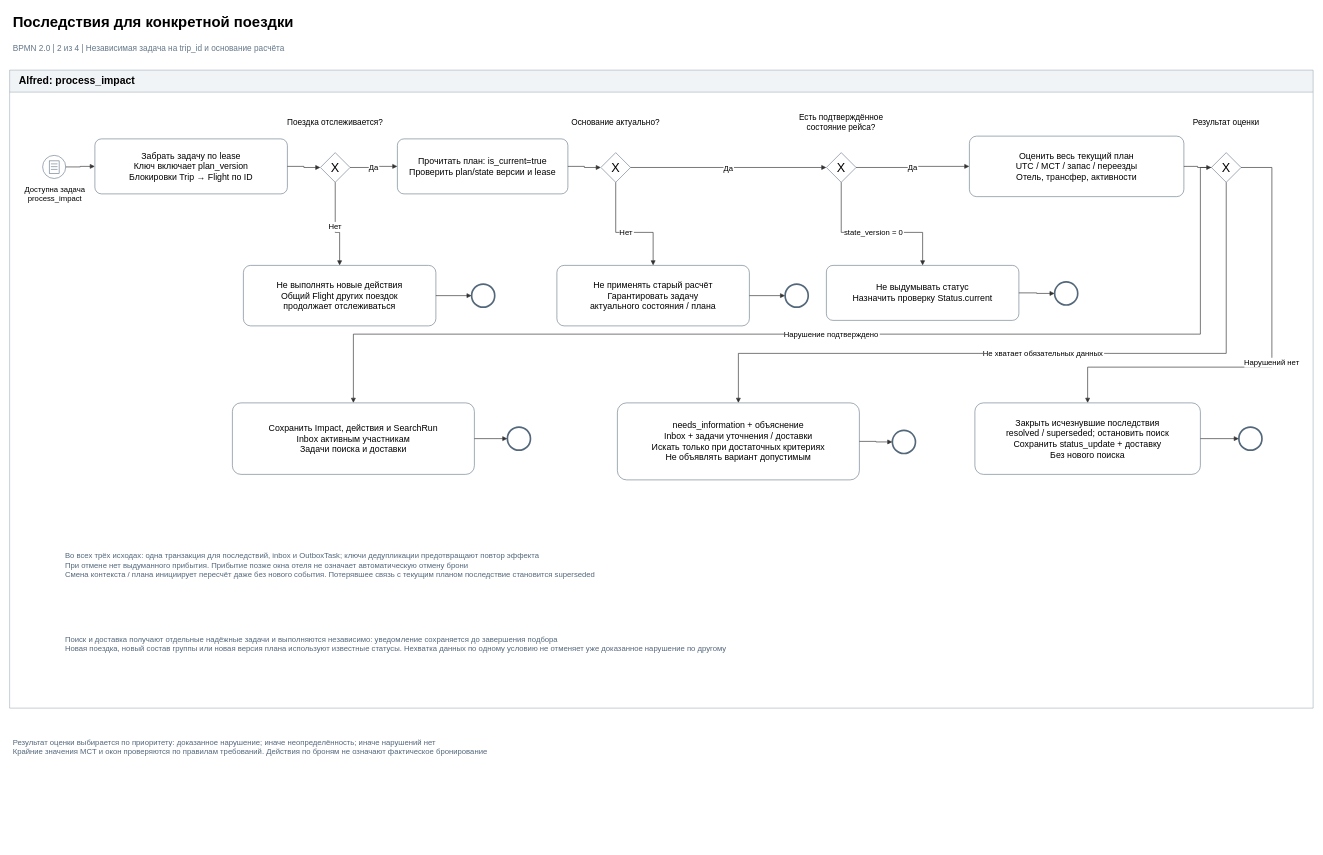
Earlier version of the draw.io diagram page "2. Последствия" (2 of 4) of docs/diagrams/02-status-process.drawio (klarty-n/alfred-travel-system-design). Source tidied: cells renumbered, new cells numbered last; positions are measured from the earlier drawing's top-left corner, leaving out a move shared by most shapes. Both pictures are drawn from the tidied source at 55%, with x=0, y=0 at pixel (9, 9).
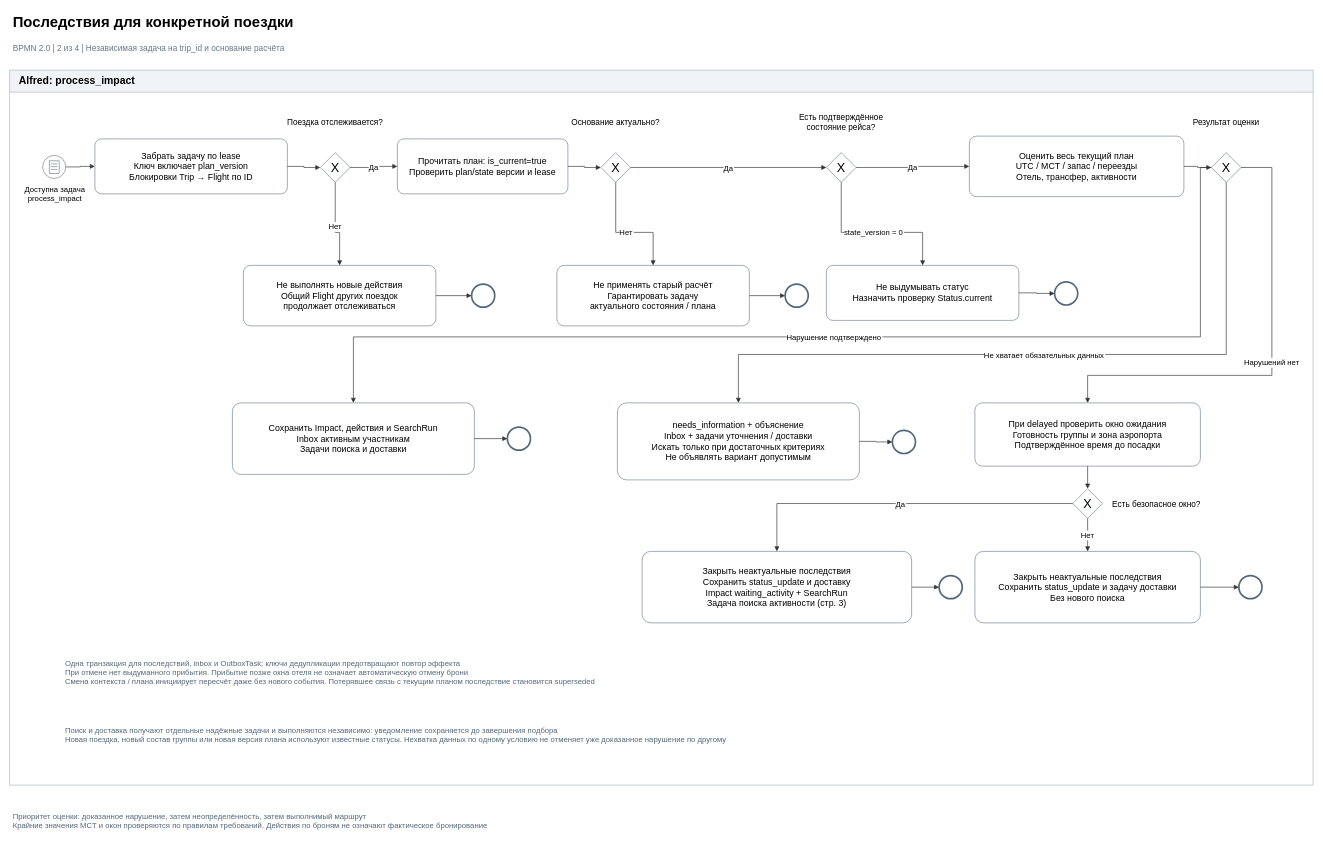
Above is the later version.

Commit message (it also covers changes not shown here):
docs: design activity suggestions during flight delays

The change refers to these unchanged cells:
```xml
<mxCell id="29" value="X" style="rhombus;html=0;whiteSpace=wrap;align=center;verticalAlign=middle;fontFamily=Arial;fontSize=23;fillColor=#ffffff;strokeColor=#53677b;" parent="4" vertex="1">
  <mxGeometry x="2185" y="150" width="54" height="54" as="geometry" />
</mxCell>
<mxCell id="34" value="needs_information + объяснение&#10;Inbox + задачи уточнения / доставки&#10;Искать только при достаточных критериях&#10;Не объявлять вариант допустимым" style="rounded=1;arcSize=12;html=0;whiteSpace=wrap;align=center;verticalAlign=middle;spacing=9;fontFamily=Arial;fontSize=16;fillColor=#ffffff;strokeColor=#53677b;" parent="4" vertex="1">
  <mxGeometry x="1105" y="605" width="440" height="140" as="geometry" />
</mxCell>
<mxCell id="37" value="Сохранить Impact, действия и SearchRun&#10;Inbox активным участникам&#10;Задачи поиска и доставки" style="rounded=1;arcSize=12;html=0;whiteSpace=wrap;align=center;verticalAlign=middle;spacing=9;fontFamily=Arial;fontSize=16;fillColor=#ffffff;strokeColor=#53677b;" parent="4" vertex="1">
  <mxGeometry x="405" y="605" width="440" height="130" as="geometry" />
</mxCell>
```

Diff of the diagram source:
```diff
@@
     <mxCell id="4" value="Alfred: process_impact" style="swimlane;horizontal=1;startSize=40;html=0;whiteSpace=wrap;fontFamily=Arial;fontSize=19;fontStyle=1;align=left;spacingLeft=15;fillColor=#f1f4f7;swimlaneFillColor=#ffffff;strokeColor=#9aa8b5;" parent="1" vertex="1">
-      <mxGeometry y="110" width="2370" height="1160" as="geometry" />
+      <mxGeometry y="110" width="2370" height="1300" as="geometry" />
     </mxCell>
@@
-    <mxCell id="31" value="Закрыть исчезнувшие последствия&#10;resolved / superseded; остановить поиск&#10;Сохранить status_update + доставку&#10;Без нового поиска" style="rounded=1;arcSize=12;html=0;whiteSpace=wrap;align=center;verticalAlign=middle;spacing=9;fontFamily=Arial;fontSize=16;fillColor=#ffffff;strokeColor=#53677b;" parent="4" vertex="1">
-      <mxGeometry x="1755" y="605" width="410" height="130" as="geometry" />
+    <mxCell id="31" value="Закрыть неактуальные последствия&#10;Сохранить status_update и задачу доставки&#10;Без нового поиска" style="rounded=1;arcSize=12;html=0;whiteSpace=wrap;align=center;verticalAlign=middle;spacing=9;fontFamily=Arial;fontSize=16;fillColor=#ffffff;strokeColor=#53677b;" parent="4" vertex="1">
+      <mxGeometry x="1755" y="875" width="410" height="130" as="geometry" />
     </mxCell>
     <mxCell id="32" style="ellipse;html=0;whiteSpace=wrap;fillColor=#ffffff;strokeColor=#53677b;fontFamily=Arial;fontSize=16;strokeWidth=3;" parent="4" vertex="1">
-      <mxGeometry x="2235" y="649" width="42" height="42" as="geometry" />
+      <mxGeometry x="2235" y="919" width="42" height="42" as="geometry" />
     </mxCell>
@@
-    <mxCell id="50" value="Нарушений нет" style="edgeStyle=orthogonalEdgeStyle;rounded=0;html=0;whiteSpace=nowrap;fontSize=12;labelBackgroundColor=#ffffff;jettySize=20;fontFamily=Arial;fontSize=14;strokeWidth=1.2;exitX=1;exitY=0.5;entryX=0.5;entryY=0;endArrow=block;endFill=1;strokeColor=#333333;" parent="1" edge="1" source="29" target="31">
+    <mxCell id="50" value="Нарушений нет" style="edgeStyle=orthogonalEdgeStyle;rounded=0;html=0;whiteSpace=nowrap;fontSize=12;labelBackgroundColor=#ffffff;jettySize=20;fontFamily=Arial;fontSize=14;strokeWidth=1.2;exitX=1;exitY=0.5;entryX=0.5;entryY=0;endArrow=block;endFill=1;strokeColor=#333333;" parent="1" edge="1" source="29" target="56">
       <mxGeometry relative="1" as="geometry">
         <Array as="points">
           <mxPoint x="2295" y="287" />
-          <mxPoint x="2295" y="650" />
-          <mxPoint x="1960" y="650" />
+          <mxPoint x="2295" y="665" />
+          <mxPoint x="1960" y="665" />
         </Array>
       </mxGeometry>
     </mxCell>
     <mxCell id="51" value="Не хватает обязательных данных" style="edgeStyle=orthogonalEdgeStyle;rounded=0;html=0;whiteSpace=nowrap;fontSize=12;labelBackgroundColor=#ffffff;jettySize=20;fontFamily=Arial;fontSize=14;strokeWidth=1.2;exitX=0.5;exitY=1;entryX=0.5;entryY=0;endArrow=block;endFill=1;strokeColor=#333333;" parent="1" edge="1" source="29" target="34">
       <mxGeometry relative="1" as="geometry">
         <Array as="points">
-          <mxPoint x="2212" y="625" />
-          <mxPoint x="1325" y="625" />
+          <mxPoint x="2212" y="627" />
+          <mxPoint x="1325" y="627" />
         </Array>
       </mxGeometry>
     </mxCell>
     <mxCell id="52" value="Нарушение подтверждено" style="edgeStyle=orthogonalEdgeStyle;rounded=0;html=0;whiteSpace=nowrap;fontSize=12;labelBackgroundColor=#ffffff;jettySize=20;fontFamily=Arial;fontSize=14;strokeWidth=1.2;exitX=0;exitY=0.5;entryX=0.5;entryY=0;endArrow=block;endFill=1;strokeColor=#333333;" parent="1" edge="1" source="29" target="37">
       <mxGeometry relative="1" as="geometry">
         <Array as="points">
-          <mxPoint x="2165" y="590" />
-          <mxPoint x="625" y="590" />
+          <mxPoint x="2165" y="595" />
+          <mxPoint x="625" y="595" />
         </Array>
       </mxGeometry>
     </mxCell>
-    <mxCell id="53" value="Во всех трёх исходах: одна транзакция для последствий, inbox и OutboxTask; ключи дедупликации предотвращают повтор эффекта&#10;При отмене нет выдуманного прибытия. Прибытие позже окна отеля не означает автоматическую отмену брони&#10;Смена контекста / плана инициирует пересчёт даже без нового события. Потерявшее связь с текущим планом последствие становится superseded" style="text;html=0;whiteSpace=wrap;align=left;verticalAlign=middle;fontFamily=Arial;fontSize=15;spacing=6;fontSize=14;fontColor=#53677b;" parent="4" vertex="1">
-      <mxGeometry x="95" y="840" width="2160" height="120" as="geometry" />
+    <mxCell id="53" value="Одна транзакция для последствий, inbox и OutboxTask; ключи дедупликации предотвращают повтор эффекта&#10;При отмене нет выдуманного прибытия. Прибытие позже окна отеля не означает автоматическую отмену брони&#10;Смена контекста / плана инициирует пересчёт даже без нового события. Потерявшее связь с текущим планом последствие становится superseded" style="text;html=0;whiteSpace=wrap;align=left;verticalAlign=middle;fontFamily=Arial;fontSize=15;spacing=6;fontSize=14;fontColor=#53677b;" parent="4" vertex="1">
+      <mxGeometry x="95" y="1035" width="2160" height="120" as="geometry" />
     </mxCell>
     <mxCell id="54" value="Поиск и доставка получают отдельные надёжные задачи и выполняются независимо: уведомление сохраняется до завершения подбора&#10;Новая поездка, новый состав группы или новая версия плана используют известные статусы. Нехватка данных по одному условию не отменяет уже доказанное нарушение по другому" style="text;html=0;whiteSpace=wrap;align=left;verticalAlign=middle;fontFamily=Arial;fontSize=15;spacing=6;fontSize=14;fontColor=#53677b;" parent="4" vertex="1">
-      <mxGeometry x="95" y="995" width="2160" height="95" as="geometry" />
+      <mxGeometry x="95" y="1160" width="2160" height="95" as="geometry" />
     </mxCell>
-    <mxCell id="55" value="Результат оценки выбирается по приоритету: доказанное нарушение; иначе неопределённость; иначе нарушений нет&#10;Крайние значения MCT и окон проверяются по правилам требований. Действия по броням не означают фактическое бронирование" style="text;html=0;whiteSpace=wrap;align=left;verticalAlign=middle;fontFamily=Arial;fontSize=15;spacing=6;fontSize=14;fontColor=#53677b;" parent="1" vertex="1">
-      <mxGeometry y="1295" width="2370" height="90" as="geometry" />
+    <mxCell id="55" value="Приоритет оценки: доказанное нарушение, затем неопределённость, затем выполнимый маршрут&#10;Крайние значения MCT и окон проверяются по правилам требований. Действия по броням не означают фактическое бронирование" style="text;html=0;whiteSpace=wrap;align=left;verticalAlign=middle;fontFamily=Arial;fontSize=15;spacing=6;fontSize=14;fontColor=#53677b;" parent="1" vertex="1">
+      <mxGeometry y="1430" width="2370" height="90" as="geometry" />
     </mxCell>
+    <mxCell id="56" value="При delayed проверить окно ожидания&#10;Готовность группы и зона аэропорта&#10;Подтверждённое время до посадки" style="rounded=1;arcSize=12;html=0;whiteSpace=wrap;align=center;verticalAlign=middle;spacing=9;fontFamily=Arial;fontSize=16;fillColor=#ffffff;strokeColor=#53677b;" parent="4" vertex="1">
+      <mxGeometry x="1755" y="605" width="410" height="115" as="geometry" />
+    </mxCell>
+    <mxCell id="57" value="X" style="rhombus;html=0;whiteSpace=wrap;align=center;verticalAlign=middle;fontFamily=Arial;fontSize=23;fillColor=#ffffff;strokeColor=#53677b;" parent="4" vertex="1">
+      <mxGeometry x="1933" y="761" width="54" height="54" as="geometry" />
+    </mxCell>
+    <mxCell id="58" value="Есть безопасное окно?" style="text;html=0;whiteSpace=wrap;align=left;verticalAlign=middle;fontFamily=Arial;fontSize=15;spacing=6;" parent="4" vertex="1">
+      <mxGeometry x="1999" y="761" width="290" height="54" as="geometry" />
+    </mxCell>
+    <mxCell id="59" value="Закрыть неактуальные последствия&#10;Сохранить status_update и доставку&#10;Impact waiting_activity + SearchRun&#10;Задача поиска активности (стр. 3)" style="rounded=1;arcSize=12;html=0;whiteSpace=wrap;align=center;verticalAlign=middle;spacing=9;fontFamily=Arial;fontSize=16;fillColor=#ffffff;strokeColor=#53677b;" parent="4" vertex="1">
+      <mxGeometry x="1150" y="875" width="490" height="130" as="geometry" />
+    </mxCell>
+    <mxCell id="60" style="ellipse;html=0;whiteSpace=wrap;fillColor=#ffffff;strokeColor=#53677b;strokeWidth=3;" parent="4" vertex="1">
+      <mxGeometry x="1690" y="919" width="42" height="42" as="geometry" />
+    </mxCell>
+    <mxCell id="61" style="edgeStyle=orthogonalEdgeStyle;rounded=0;html=0;whiteSpace=nowrap;labelBackgroundColor=#ffffff;fontFamily=Arial;fontSize=14;strokeWidth=1.2;endArrow=block;endFill=1;strokeColor=#333333;" parent="1" edge="1" source="56" target="57">
+      <mxGeometry relative="1" as="geometry" />
+    </mxCell>
+    <mxCell id="62" value="Нет" style="edgeStyle=orthogonalEdgeStyle;rounded=0;html=0;whiteSpace=nowrap;labelBackgroundColor=#ffffff;fontFamily=Arial;fontSize=14;strokeWidth=1.2;endArrow=block;endFill=1;strokeColor=#333333;exitX=0.5;exitY=1;entryX=0.5;entryY=0;" parent="1" edge="1" source="57" target="31">
+      <mxGeometry relative="1" as="geometry" />
+    </mxCell>
+    <mxCell id="63" value="Да" style="edgeStyle=orthogonalEdgeStyle;rounded=0;html=0;whiteSpace=nowrap;labelBackgroundColor=#ffffff;fontFamily=Arial;fontSize=14;strokeWidth=1.2;endArrow=block;endFill=1;strokeColor=#333333;exitX=0;exitY=0.5;entryX=0.5;entryY=0;" parent="1" edge="1" source="57" target="59">
+      <mxGeometry relative="1" as="geometry">
+        <Array as="points">
+          <mxPoint x="1395" y="898" />
+        </Array>
+      </mxGeometry>
+    </mxCell>
+    <mxCell id="64" style="edgeStyle=orthogonalEdgeStyle;rounded=0;html=0;whiteSpace=nowrap;labelBackgroundColor=#ffffff;fontFamily=Arial;fontSize=14;strokeWidth=1.2;endArrow=block;endFill=1;strokeColor=#333333;" parent="1" edge="1" source="59" target="60">
+      <mxGeometry relative="1" as="geometry" />
+    </mxCell>
```
